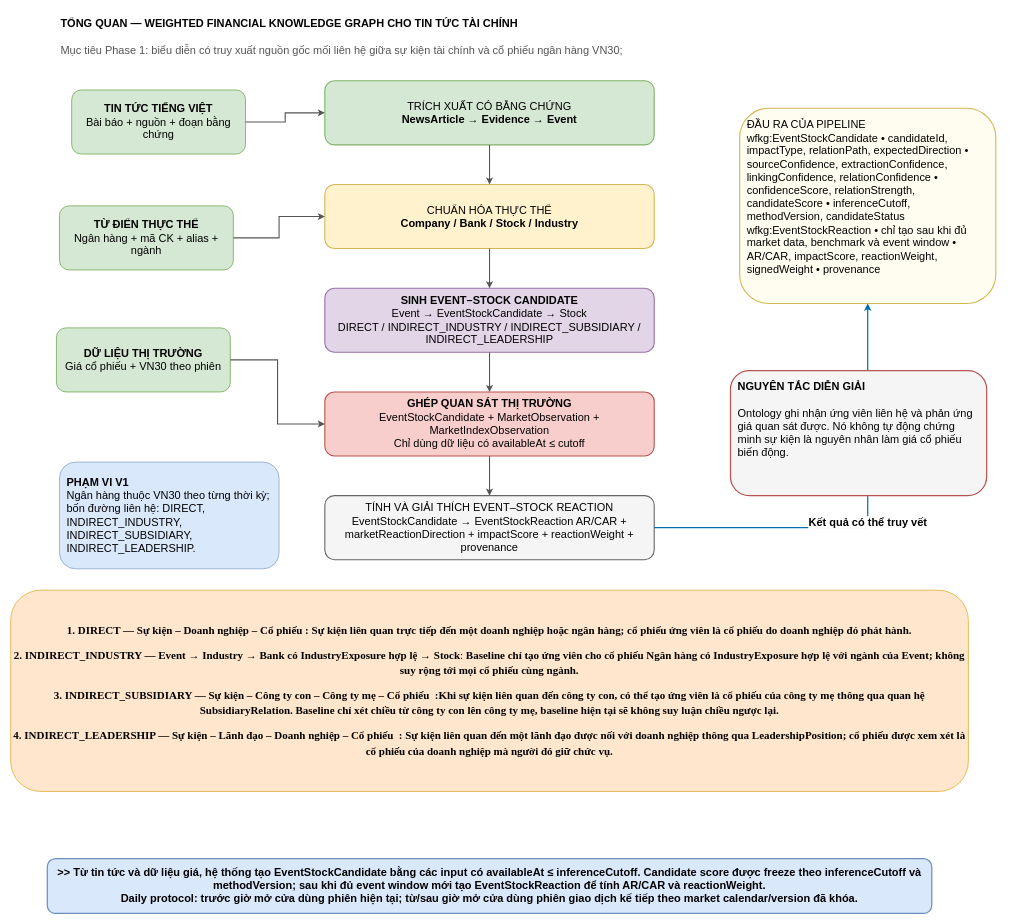
Earlier version of the draw.io diagram page "01-Tổng quan đề tài" (2 of 7) of chỉnh sửa mới nhất - 01-10/master_thesis_v1_synced_01-10.drawio.xml (Lequynhlan/master_thesis_draf). Source tidied: cells renumbered, new cells numbered last; positions are measured from the earlier drawing's top-left corner, leaving out a move shared by most shapes. Both pictures are drawn from the tidied source at 61%, with x=0, y=0 at pixel (10, 10).
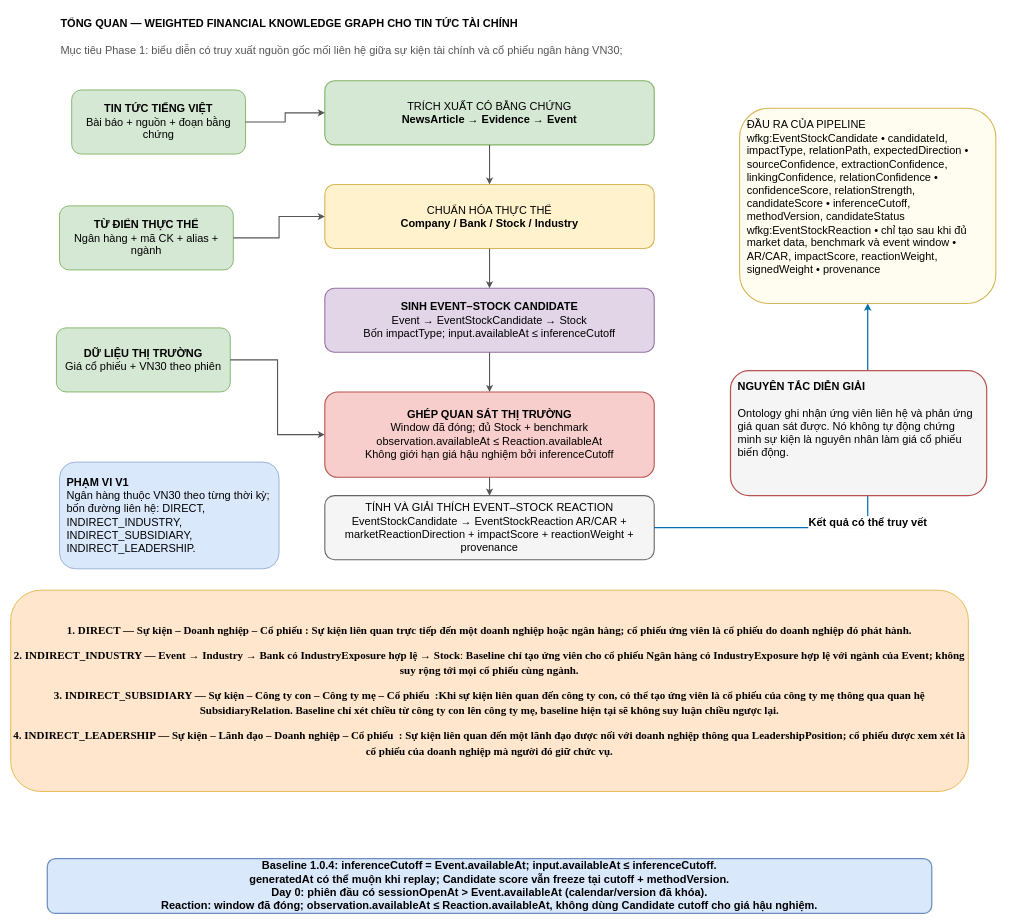
The same diagram, later.

Change to the diagram source:
```diff
@@
-    <mxCell id="9" value="&lt;b&gt;SINH EVENT–STOCK CANDIDATE&lt;/b&gt;&lt;br&gt;Event → EventStockCandidate → Stock&lt;br&gt;DIRECT / INDIRECT_INDUSTRY / INDIRECT_SUBSIDIARY / INDIRECT_LEADERSHIP" style="rounded=1;whiteSpace=wrap;html=1;fillColor=#e1d5e7;strokeColor=#9673a6;strokeWidth=1.8;fontSize=18;align=center;verticalAlign=middle;" parent="1" vertex="1">
+    <mxCell id="9" value="&lt;b&gt;SINH EVENT–STOCK CANDIDATE&lt;/b&gt;&lt;br&gt;Event → EventStockCandidate → Stock&lt;br&gt;Bốn impactType; input.availableAt ≤ inferenceCutoff" style="rounded=1;whiteSpace=wrap;html=1;fillColor=#e1d5e7;strokeColor=#9673a6;strokeWidth=1.8;fontSize=18;align=center;verticalAlign=middle;" parent="1" vertex="1">
       <mxGeometry x="515" y="455" width="540" height="105" as="geometry" />
     </mxCell>
-    <mxCell id="10" value="&lt;b&gt;GHÉP QUAN SÁT THỊ TRƯỜNG&lt;/b&gt;&lt;br&gt;EventStockCandidate + MarketObservation + MarketIndexObservation&lt;br&gt;Chỉ dùng dữ liệu có availableAt ≤ cutoff" style="rounded=1;whiteSpace=wrap;html=1;fillColor=#f8cecc;strokeColor=#b85450;strokeWidth=1.8;fontSize=18;align=center;verticalAlign=middle;" parent="1" vertex="1">
-      <mxGeometry x="515" y="625" width="540" height="105" as="geometry" />
+    <mxCell id="10" value="&lt;b&gt;GHÉP QUAN SÁT THỊ TRƯỜNG&lt;/b&gt;&lt;br&gt;Window đã đóng; đủ Stock + benchmark&lt;br&gt;observation.availableAt ≤ Reaction.availableAt&lt;br&gt;Không giới hạn giá hậu nghiệm bởi inferenceCutoff" style="rounded=1;whiteSpace=wrap;html=1;fillColor=#f8cecc;strokeColor=#b85450;strokeWidth=1.8;fontSize=18;align=center;verticalAlign=middle;" parent="1" vertex="1">
+      <mxGeometry x="515" y="625" width="540" height="140" as="geometry" />
     </mxCell>
@@
-    <mxCell id="23" value="&gt;&gt; Từ tin tức và dữ liệu giá, hệ thống tạo EventStockCandidate bằng các input có availableAt ≤ inferenceCutoff. Candidate score được freeze theo inferenceCutoff và methodVersion; sau khi đủ event window mới tạo EventStockReaction để tính AR/CAR và reactionWeight.&lt;br&gt;Daily protocol: trước giờ mở cửa dùng phiên hiện tại; từ/sau giờ mở cửa dùng phiên giao dịch kế tiếp theo market calendar/version đã khóa." style="rounded=1;whiteSpace=wrap;html=1;align=center;verticalAlign=middle;spacing=8;fillColor=#dae8fc;strokeColor=#6c8ebf;strokeWidth=2;fontSize=18;fontStyle=1;" parent="1" vertex="1">
+    <mxCell id="23" value="Baseline 1.0.4: inferenceCutoff = Event.availableAt; input.availableAt ≤ inferenceCutoff.&lt;br&gt;generatedAt có thể muộn khi replay; Candidate score vẫn freeze tại cutoff + methodVersion.&lt;br&gt;Day 0: phiên đầu có sessionOpenAt &gt; Event.availableAt (calendar/version đã khóa).&lt;br&gt;Reaction: window đã đóng; observation.availableAt ≤ Reaction.availableAt, không dùng Candidate cutoff cho giá hậu nghiệm." style="rounded=1;whiteSpace=wrap;html=1;align=center;verticalAlign=middle;spacing=8;fillColor=#dae8fc;strokeColor=#6c8ebf;strokeWidth=2;fontSize=18;fontStyle=1;" parent="1" vertex="1">
       <mxGeometry x="60" y="1390" width="1450" height="90" as="geometry" />
     </mxCell>
```
